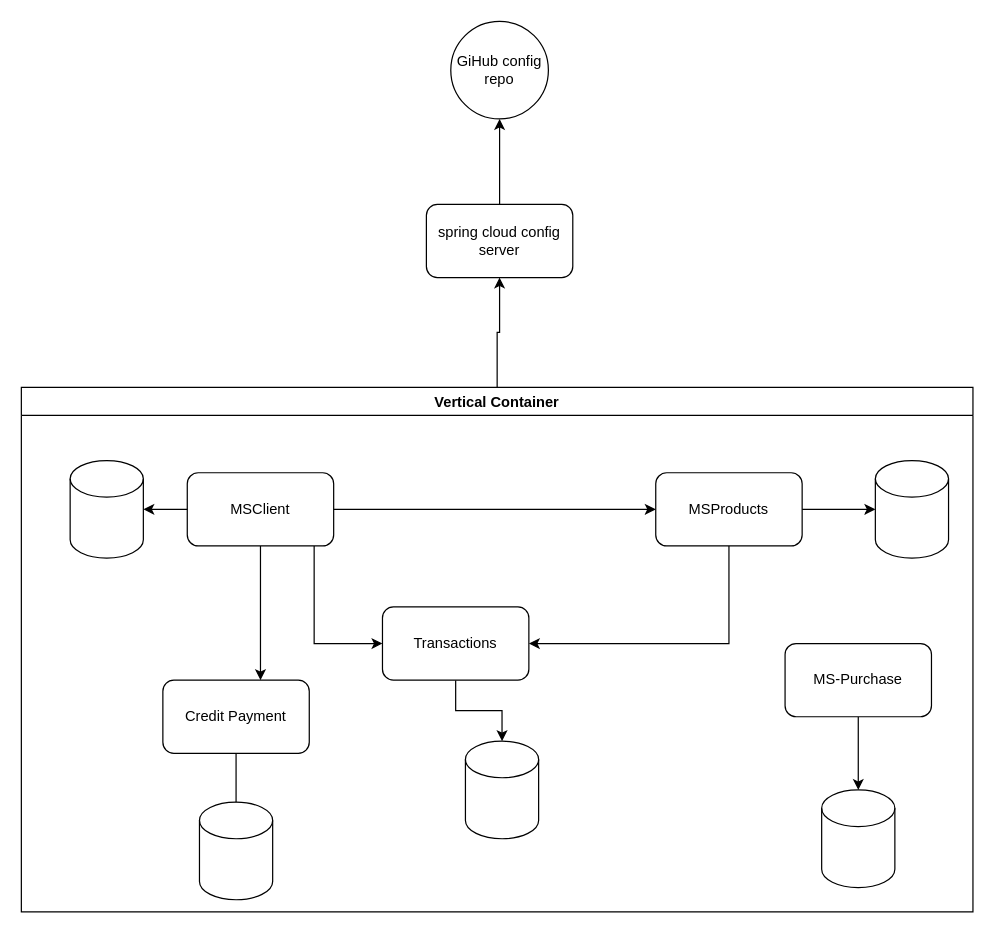
Earlier version of the draw.io diagram Untitled Diagram.drawio (LuisEveris/ms-product). Source tidied: cells renumbered, new cells numbered last; positions are measured from the earlier drawing's top-left corner, leaving out a move shared by most shapes. Both pictures are drawn from the tidied source at 122%, with x=0, y=0 at pixel (21, 21).
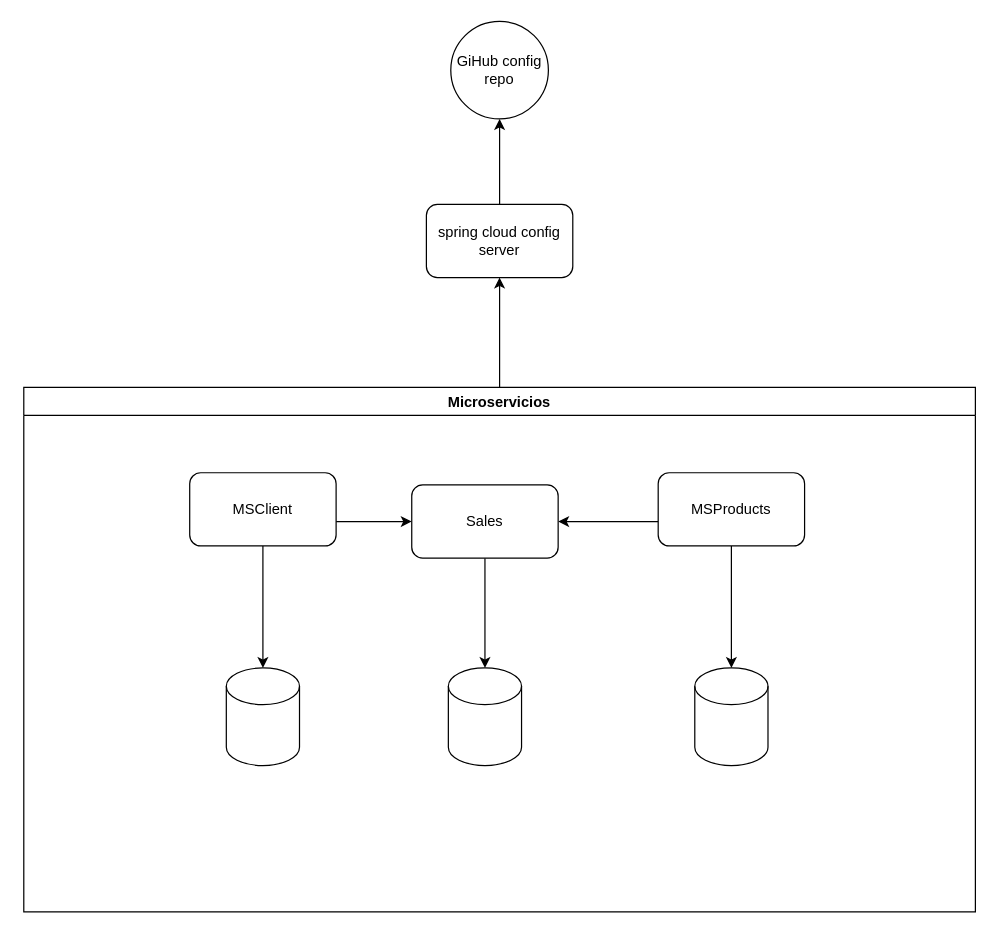
The same page after the edit.

Unchanged cells that the change refers to:
```xml
<mxCell id="11" value="MSClient" style="rounded=1;whiteSpace=wrap;html=1;" parent="6" vertex="1">
  <mxGeometry x="136" y="70" width="120" height="60" as="geometry" />
</mxCell>
<mxCell id="14" value="MSProducts" style="rounded=1;whiteSpace=wrap;html=1;" parent="6" vertex="1">
  <mxGeometry x="520" y="70" width="120" height="60" as="geometry" />
</mxCell>
```

Change to the diagram source:
```diff
@@
-    <mxCell id="6" value="Vertical Container" style="swimlane;" parent="1" vertex="1">
-      <mxGeometry y="300" width="780" height="430" as="geometry" />
+    <mxCell id="6" value="Microservicios" style="swimlane;" parent="1" vertex="1">
+      <mxGeometry x="2" y="300" width="780" height="430" as="geometry" />
     </mxCell>
     <mxCell id="7" style="shape=cylinder3;whiteSpace=wrap;html=1;boundedLbl=1;backgroundOutline=1;size=15;" parent="6" vertex="1">
-      <mxGeometry x="700" y="60" width="60" height="80" as="geometry" />
+      <mxGeometry x="550" y="230" width="60" height="80" as="geometry" />
     </mxCell>
     <mxCell id="8" style="shape=cylinder3;whiteSpace=wrap;html=1;boundedLbl=1;backgroundOutline=1;size=15;" parent="6" vertex="1">
-      <mxGeometry x="40" y="60" width="60" height="80" as="geometry" />
+      <mxGeometry x="166" y="230" width="60" height="80" as="geometry" />
     </mxCell>
     <mxCell id="9" style="edgeStyle=orthogonalEdgeStyle;rounded=0;jettySize=auto;html=1;" parent="6" edge="1" source="11" target="18">
       <mxGeometry relative="1" as="geometry">
         <Array as="points">
-          <mxPoint x="240" y="210" />
+          <mxPoint x="298" y="110" />
+          <mxPoint x="298" y="110" />
         </Array>
       </mxGeometry>
     </mxCell>
-    <mxCell id="10" style="edgeStyle=orthogonalEdgeStyle;rounded=0;jettySize=auto;html=1;" parent="6" edge="1" source="11" target="21">
-      <mxGeometry relative="1" as="geometry">
-        <Array as="points">
-          <mxPoint x="176" y="100" />
-        </Array>
-      </mxGeometry>
-    </mxCell>
@@
     <mxCell id="13" style="edgeStyle=orthogonalEdgeStyle;rounded=0;jettySize=auto;html=1;" parent="6" edge="1" source="14" target="18">
       <mxGeometry relative="1" as="geometry">
         <Array as="points">
-          <mxPoint x="580" y="210" />
+          <mxPoint x="488" y="110" />
+          <mxPoint x="488" y="110" />
         </Array>
       </mxGeometry>
     </mxCell>
@@
-    <mxCell id="15" style="edgeStyle=orthogonalEdgeStyle;rounded=0;jettySize=auto;html=1;" parent="6" edge="1" source="11" target="14">
-      <mxGeometry relative="1" as="geometry" />
-    </mxCell>
@@
-    <mxCell id="18" value="Transactions" style="rounded=1;whiteSpace=wrap;html=1;" parent="6" vertex="1">
-      <mxGeometry x="296" y="180" width="120" height="60" as="geometry" />
+    <mxCell id="18" value="Sales" style="rounded=1;whiteSpace=wrap;html=1;" parent="6" vertex="1">
+      <mxGeometry x="318" y="80" width="120" height="60" as="geometry" />
     </mxCell>
     <mxCell id="19" style="shape=cylinder3;whiteSpace=wrap;html=1;boundedLbl=1;backgroundOutline=1;size=15;" parent="6" vertex="1">
-      <mxGeometry x="364" y="290" width="60" height="80" as="geometry" />
+      <mxGeometry x="348" y="230" width="60" height="80" as="geometry" />
     </mxCell>
-    <mxCell id="20" style="edgeStyle=orthogonalEdgeStyle;rounded=0;jettySize=auto;html=1;entryX=0.5;entryY=0.35;entryDx=0;entryDy=0;entryPerimeter=0;" parent="6" edge="1" source="21" target="22">
-      <mxGeometry relative="1" as="geometry" />
-    </mxCell>
-    <mxCell id="21" value="Credit Payment" style="rounded=1;whiteSpace=wrap;html=1;" parent="6" vertex="1">
-      <mxGeometry x="116" y="240" width="120" height="60" as="geometry" />
-    </mxCell>
-    <mxCell id="22" style="shape=cylinder3;whiteSpace=wrap;html=1;boundedLbl=1;backgroundOutline=1;size=15;" parent="6" vertex="1">
-      <mxGeometry x="146" y="340" width="60" height="80" as="geometry" />
-    </mxCell>
-    <mxCell id="23" style="edgeStyle=orthogonalEdgeStyle;rounded=0;jettySize=auto;html=1;" parent="6" edge="1" source="24" target="25">
-      <mxGeometry relative="1" as="geometry" />
-    </mxCell>
-    <mxCell id="24" value="MS-Purchase" style="rounded=1;whiteSpace=wrap;html=1;" parent="6" vertex="1">
-      <mxGeometry x="626" y="210" width="120" height="60" as="geometry" />
-    </mxCell>
-    <mxCell id="25" style="shape=cylinder3;whiteSpace=wrap;html=1;boundedLbl=1;backgroundOutline=1;size=15;" parent="6" vertex="1">
-      <mxGeometry x="656" y="330" width="60" height="80" as="geometry" />
-    </mxCell>
```
